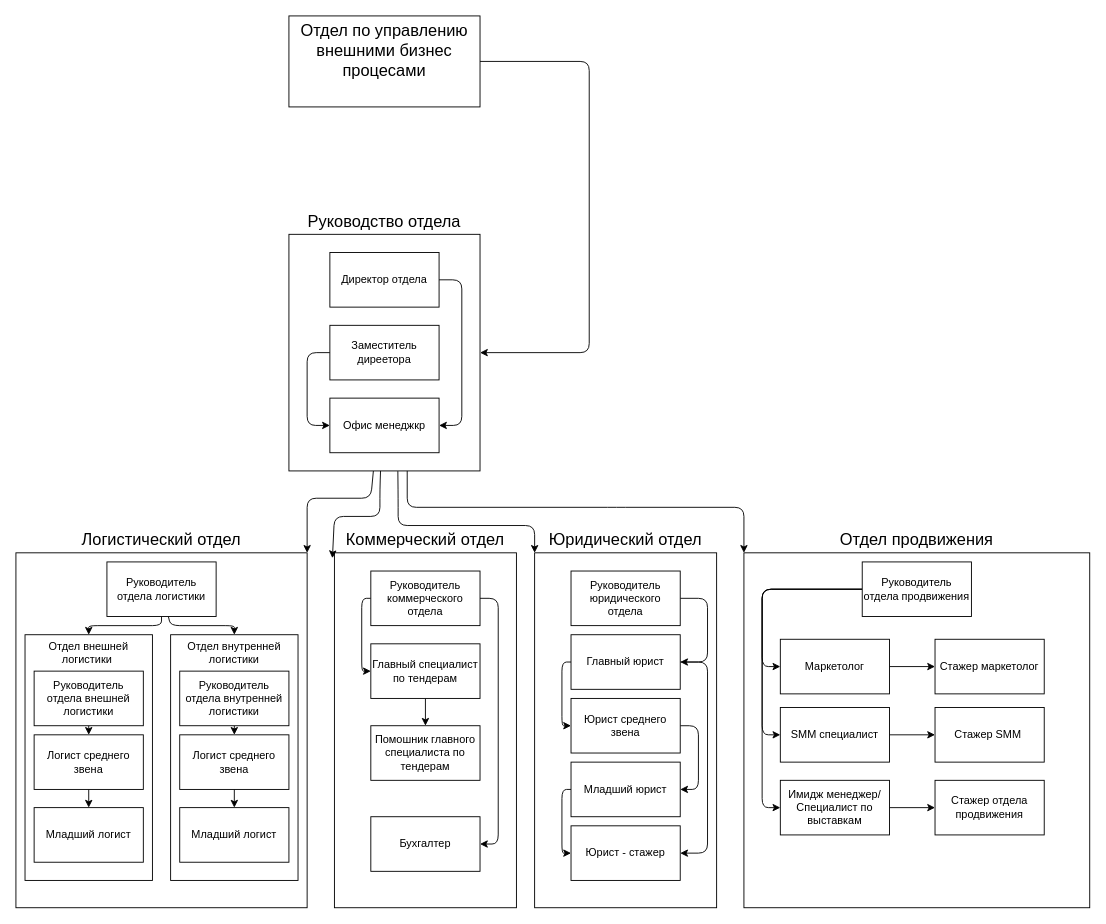
Before: Орструктура предприятия/Отдел по управлению внешними процессами/Отдел по управлению внешними бищнес процессами.drawio in GuliGuli228/KIS, a draw.io diagram. Source tidied: cells renumbered, new cells numbered last; positions are measured from the earlier drawing's top-left corner, leaving out a move shared by most shapes. Both pictures are drawn from the tidied source at 91%, with x=0, y=0 at pixel (15, 15).
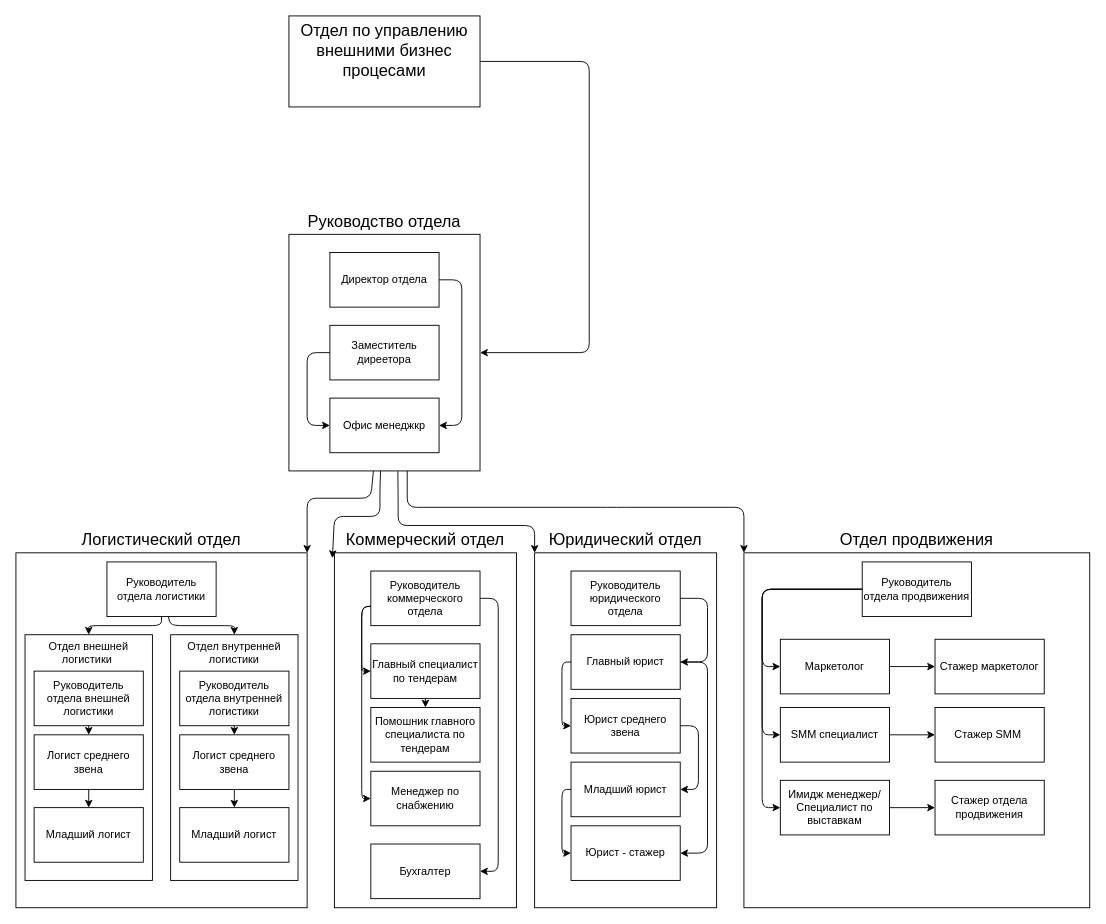
The same diagram, later.

The change refers to these unchanged cells:
```xml
<mxCell id="22" value="Руководитель коммерческого отдела" style="rounded=0;whiteSpace=wrap;html=1;" parent="1" vertex="1">
  <mxGeometry x="390" y="610" width="120" height="60" as="geometry" />
</mxCell>
<mxCell id="53" value="Главный специалист по тендерам" style="rounded=0;whiteSpace=wrap;html=1;" parent="1" vertex="1">
  <mxGeometry x="390" y="690" width="120" height="60" as="geometry" />
</mxCell>
```

The edit, as a diff of the source:
```diff
@@
     <mxCell id="20" style="edgeStyle=none;html=1;entryX=0;entryY=0.5;entryDx=0;entryDy=0;" parent="1" edge="1" source="22" target="53">
       <mxGeometry relative="1" as="geometry">
         <Array as="points">
-          <mxPoint x="380" y="640" />
+          <mxPoint x="380" y="650" />
           <mxPoint x="380" y="720" />
         </Array>
       </mxGeometry>
     </mxCell>
     <mxCell id="21" style="edgeStyle=none;html=1;entryX=1;entryY=0.5;entryDx=0;entryDy=0;" parent="1" edge="1" source="22" target="54">
       <mxGeometry relative="1" as="geometry">
         <Array as="points">
           <mxPoint x="530" y="640" />
-          <mxPoint x="530" y="910" />
+          <mxPoint x="530" y="940" />
         </Array>
       </mxGeometry>
     </mxCell>
+    <mxCell id="65" style="edgeStyle=none;html=1;entryX=0;entryY=0.5;entryDx=0;entryDy=0;" parent="1" edge="1" source="22" target="66">
+      <mxGeometry relative="1" as="geometry">
+        <Array as="points">
+          <mxPoint x="380" y="650" />
+          <mxPoint x="380" y="860" />
+        </Array>
+      </mxGeometry>
+    </mxCell>
@@
     <mxCell id="54" value="Бухгалтер" style="rounded=0;whiteSpace=wrap;html=1;" parent="1" vertex="1">
-      <mxGeometry x="390" y="880" width="120" height="60" as="geometry" />
+      <mxGeometry x="390" y="910" width="120" height="60" as="geometry" />
     </mxCell>
     <mxCell id="55" value="Помошник главного специалиста по тендерам" style="rounded=0;whiteSpace=wrap;html=1;" parent="1" vertex="1">
-      <mxGeometry x="390" y="780" width="120" height="60" as="geometry" />
+      <mxGeometry x="390" y="760" width="120" height="60" as="geometry" />
     </mxCell>
@@
+    <mxCell id="66" value="Менеджер по снабжению" style="rounded=0;whiteSpace=wrap;html=1;" parent="1" vertex="1">
+      <mxGeometry x="390" y="830" width="120" height="60" as="geometry" />
+    </mxCell>
```
